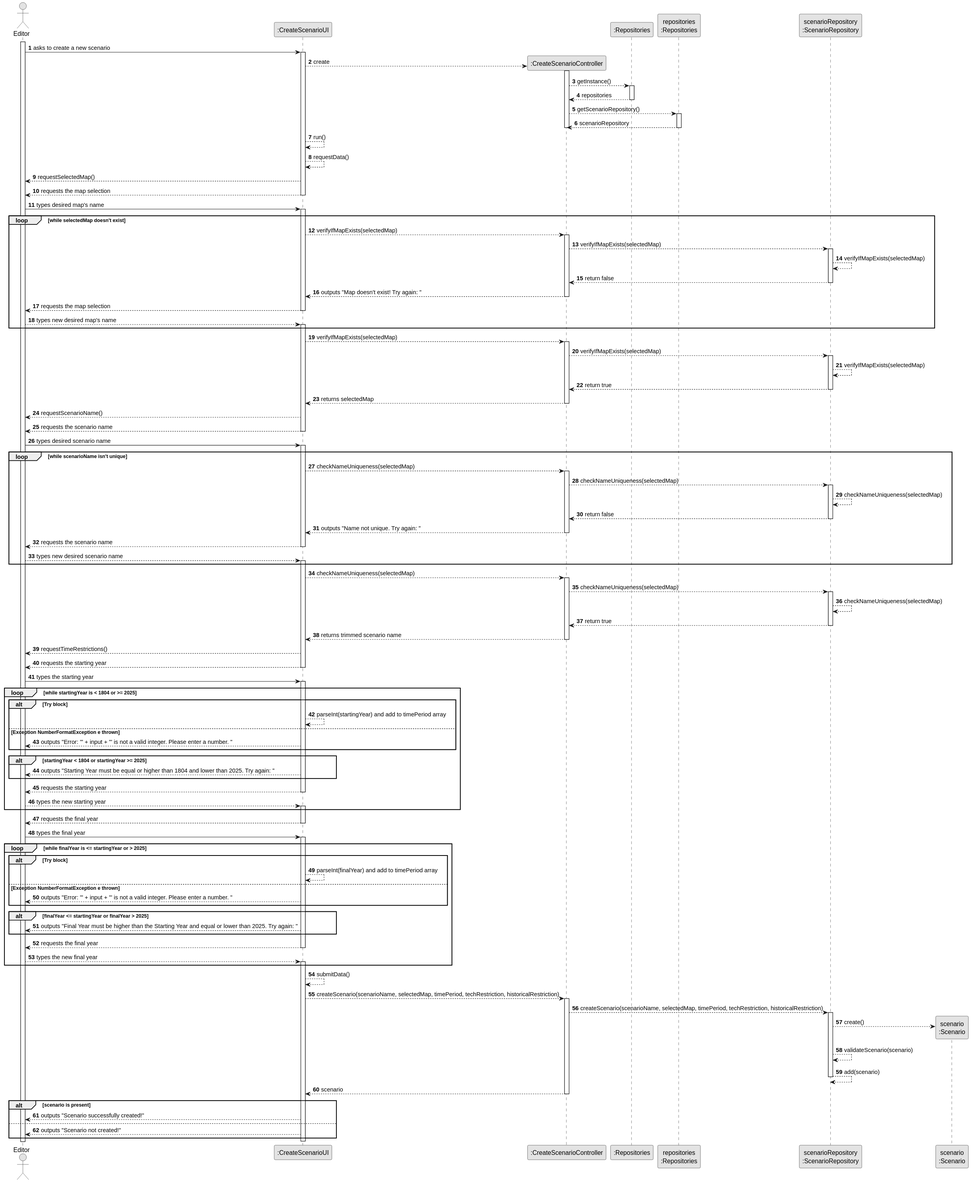
Before: docs/system-documentation/US004/03.design/svg/US004-SD.svg, a diagram exported from PlantUML (goncalolopesp/sem2-pi-24.25-g093-repo).
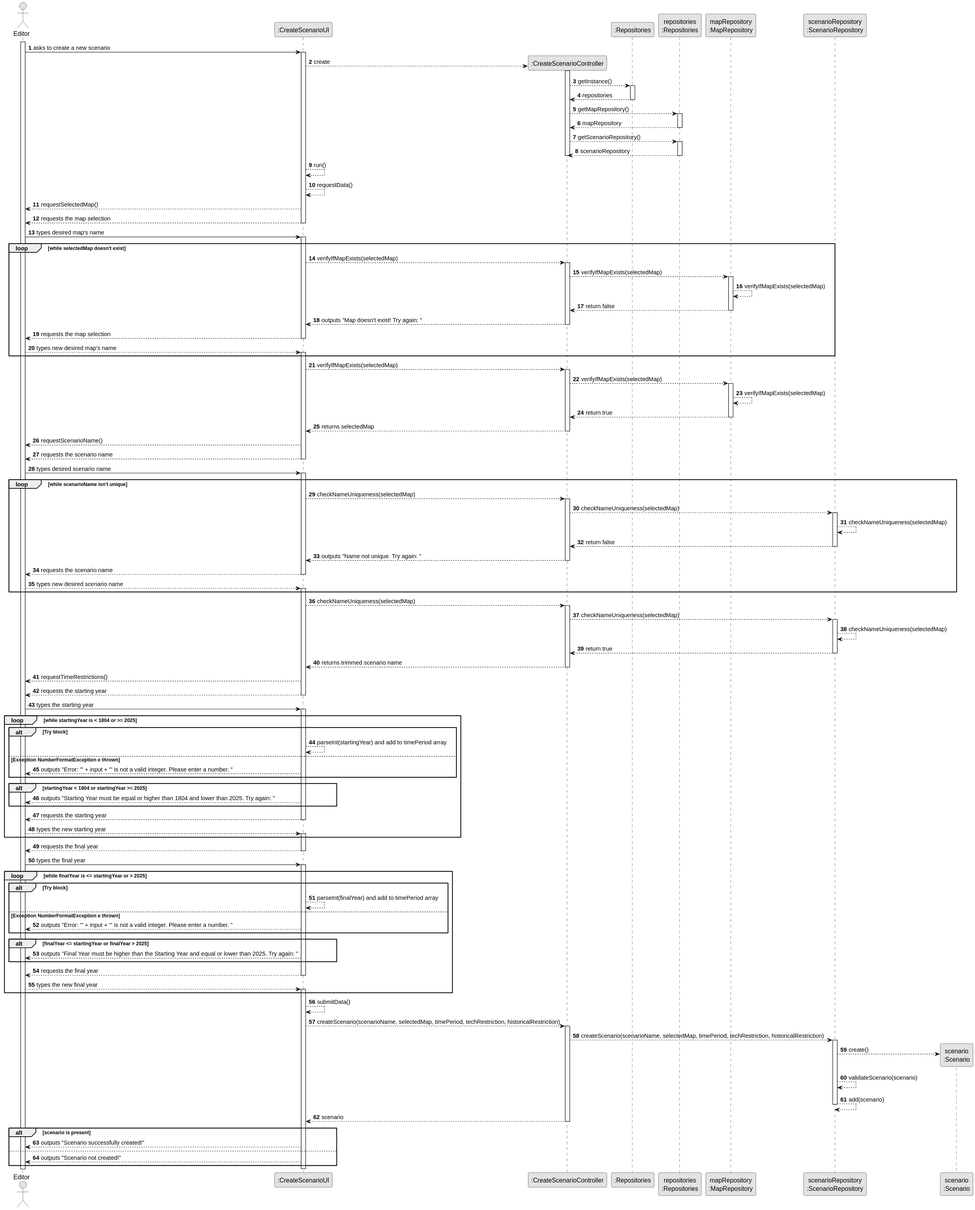
After the change.

Commit message:
US004 (docs) - Added map repository to full SD

What changed in the source:
```diff
@@ -20,6 +20,7 @@
 
 participant ":Repositories" as Repositories
 participant "repositories\n:Repositories" as Repo
+participant "mapRepository\n:MapRepository" as mapRepository
 participant "scenarioRepository\n:ScenarioRepository" as scenarioRepository
 
 CreateScenarioController --> Repositories : getInstance()
@@ -27,6 +28,12 @@
 
 Repositories --> CreateScenarioController : repositories
 deactivate Repositories
+
+CreateScenarioController --> Repo : getMapRepository()
+activate Repo
+
+Repo --> CreateScenarioController : mapRepository
+deactivate Repo
 
 CreateScenarioController --> Repo : getScenarioRepository()
 activate Repo
@@ -49,12 +56,12 @@
         CreateScenarioUI --> CreateScenarioController : verifyIfMapExists(selectedMap)
         activate CreateScenarioController
 
-        CreateScenarioController --> scenarioRepository  : verifyIfMapExists(selectedMap)
-        activate scenarioRepository
+        CreateScenarioController --> mapRepository  : verifyIfMapExists(selectedMap)
+        activate mapRepository
 
-        scenarioRepository --> scenarioRepository : verifyIfMapExists(selectedMap)
-        scenarioRepository --> CreateScenarioController : return false
-        deactivate scenarioRepository
+        mapRepository --> mapRepository : verifyIfMapExists(selectedMap)
+        mapRepository --> CreateScenarioController : return false
+        deactivate mapRepository
 
         CreateScenarioController --> CreateScenarioUI : outputs "Map doesn't exist! Try again: "
         deactivate CreateScenarioController
@@ -69,12 +76,12 @@
     CreateScenarioUI --> CreateScenarioController : verifyIfMapExists(selectedMap)
     activate CreateScenarioController
 
-    CreateScenarioController --> scenarioRepository  : verifyIfMapExists(selectedMap)
-    activate scenarioRepository
+    CreateScenarioController --> mapRepository  : verifyIfMapExists(selectedMap)
+    activate mapRepository
 
-    scenarioRepository --> scenarioRepository : verifyIfMapExists(selectedMap)
-    scenarioRepository --> CreateScenarioController : return true
-    deactivate scenarioRepository
+    mapRepository --> mapRepository : verifyIfMapExists(selectedMap)
+    mapRepository --> CreateScenarioController : return true
+    deactivate mapRepository
 
     CreateScenarioController --> CreateScenarioUI : returns selectedMap
     deactivate CreateScenarioController
```
